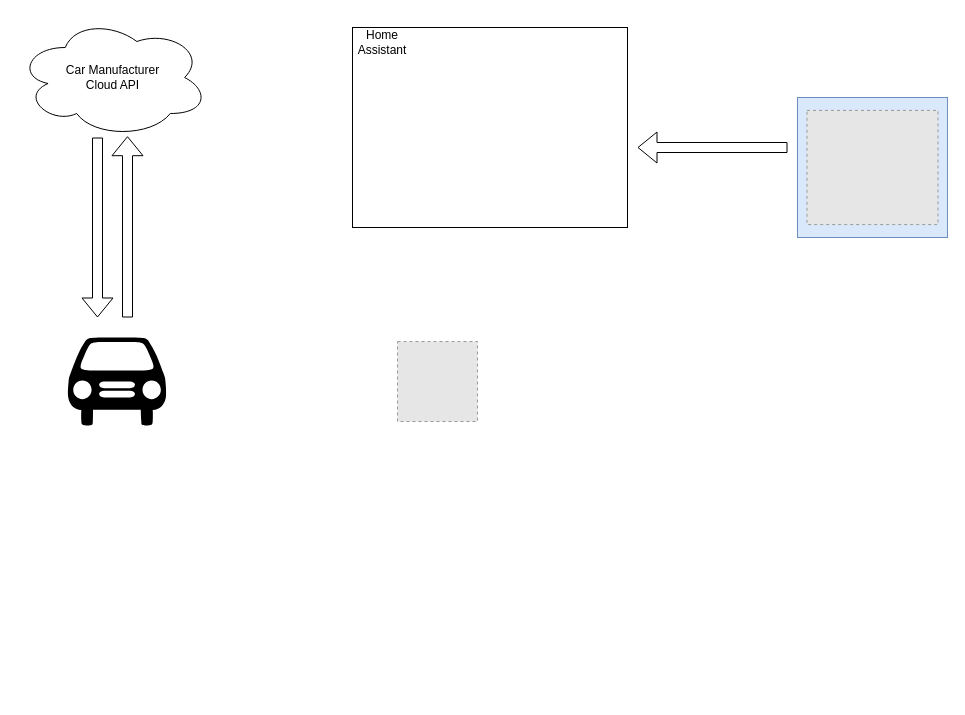
The draw.io diagram dataflows/Untitled Diagram.drawio in thomase1234/fake-xemex-csmb, before the edit. Source tidied: cells renumbered, new cells numbered last; positions are measured from the earlier drawing's top-left corner, leaving out a move shared by most shapes. Both pictures are drawn from the tidied source at 100%, with x=0, y=0 at pixel (17, 17). Pictures stored in the file or linked from it are replaced by grey dashed boxes.
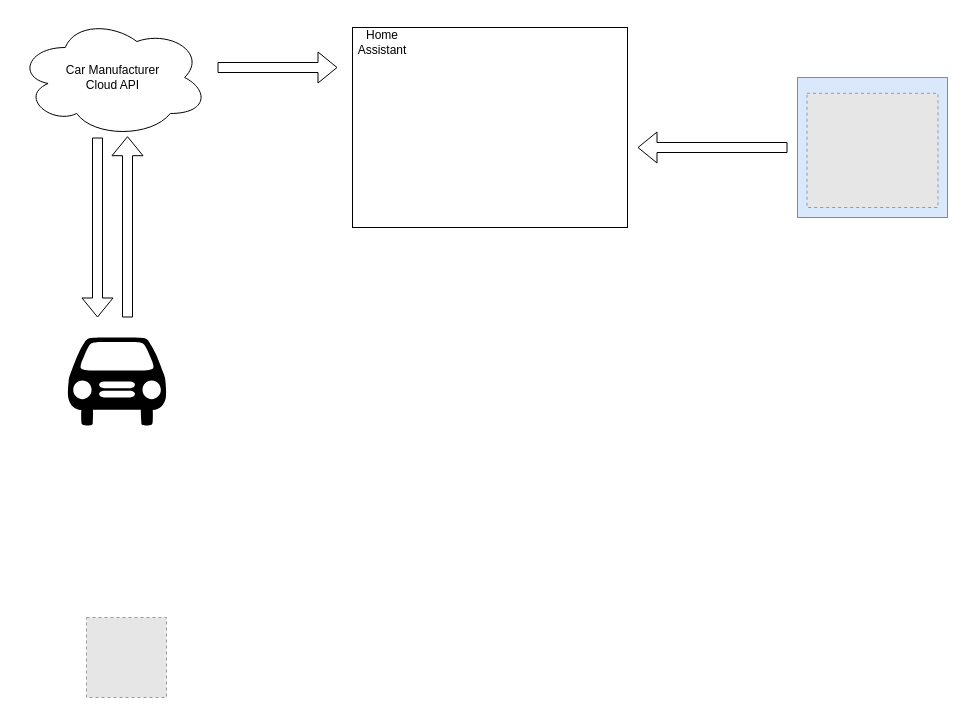
Above is the later version.

Change to the diagram source:
```diff
@@
 <mxGraphModel>
   <root>
     <mxCell id="0" />
     <mxCell id="1" parent="0" />
-    <mxCell id="2" style="rounded=0;whiteSpace=wrap;html=1;fillColor=#dae8fc;strokeColor=#6c8ebf;" parent="1" vertex="1">
-      <mxGeometry x="780" y="80" width="150" height="140" as="geometry" />
-    </mxCell>
     <mxCell id="3" style="shape=mxgraph.signs.transportation.car_1;html=1;fillColor=#000000;strokeColor=none;verticalLabelPosition=bottom;verticalAlign=top;align=center;" parent="1" vertex="1">
       <mxGeometry x="50" y="320" width="99" height="88" as="geometry" />
     </mxCell>
     <mxCell id="4" value="&lt;div&gt;Car Manufacturer&lt;/div&gt;&lt;div&gt;Cloud API&lt;/div&gt;" style="ellipse;shape=cloud;whiteSpace=wrap;html=1;" parent="1" vertex="1">
       <mxGeometry width="191" height="120" as="geometry" />
     </mxCell>
     <mxCell id="5" style="shape=flexArrow;endArrow=classic;html=1;rounded=0;" parent="1" edge="1">
       <mxGeometry relative="1" as="geometry">
         <mxPoint x="110" y="300" as="sourcePoint" />
         <mxPoint x="110" y="118.7" as="targetPoint" />
       </mxGeometry>
     </mxCell>
     <mxCell id="6" style="shape=flexArrow;endArrow=classic;html=1;rounded=0;" parent="1" edge="1">
       <mxGeometry relative="1" as="geometry">
         <mxPoint x="80" y="120" as="sourcePoint" />
         <mxPoint x="80" y="300" as="targetPoint" />
       </mxGeometry>
     </mxCell>
     <mxCell id="7" style="fillColor=#E6E6E6;strokeColor=#999999;dashed=1;html=1;verticalAlign=top;verticalLabelPosition=bottom;labelBackgroundColor=#ffffff;" parent="1" vertex="1">
-      <mxGeometry x="380" y="324" width="80" height="80" as="geometry" />
+      <mxGeometry x="69" y="600" width="80" height="80" as="geometry" />
     </mxCell>
     <mxCell id="8" style="rounded=0;whiteSpace=wrap;html=1;" parent="1" vertex="1">
       <mxGeometry x="335" y="10" width="275" height="200" as="geometry" />
     </mxCell>
     <mxCell id="9" value="Home Assistant" style="text;html=1;align=center;verticalAlign=middle;whiteSpace=wrap;rounded=0;" parent="1" vertex="1">
       <mxGeometry x="335" y="10" width="60" height="30" as="geometry" />
     </mxCell>
+    <mxCell id="11" style="shape=flexArrow;endArrow=classic;html=1;rounded=0;" parent="1" edge="1">
+      <mxGeometry relative="1" as="geometry">
+        <mxPoint x="770" y="130" as="sourcePoint" />
+        <mxPoint x="620" y="130" as="targetPoint" />
+      </mxGeometry>
+    </mxCell>
+    <mxCell id="12" style="group;" parent="1" vertex="1">
+      <mxGeometry x="780" y="60" width="150" height="140" as="geometry" />
+    </mxCell>
+    <mxCell id="2" style="rounded=0;whiteSpace=wrap;html=1;fillColor=#dae8fc;strokeColor=#6c8ebf;" parent="12" vertex="1">
+      <mxGeometry width="150" height="140" as="geometry" />
+    </mxCell>
-    <mxCell id="10" style="fillColor=#E6E6E6;strokeColor=#999999;dashed=1;verticalLabelPosition=bottom;labelBackgroundColor=default;verticalAlign=top;" parent="1" vertex="1">
-      <mxGeometry x="789.5" y="92.9" width="131" height="114.2" as="geometry" />
+    <mxCell id="10" style="fillColor=#E6E6E6;strokeColor=#999999;dashed=1;verticalLabelPosition=bottom;labelBackgroundColor=default;verticalAlign=top;" parent="12" vertex="1">
+      <mxGeometry x="9.5" y="15.8" width="131" height="114.2" as="geometry" />
     </mxCell>
-    <mxCell id="11" style="shape=flexArrow;endArrow=classic;html=1;rounded=0;" parent="1" edge="1">
-      <mxGeometry relative="1" as="geometry">
-        <mxPoint x="770" y="130" as="sourcePoint" />
-        <mxPoint x="620" y="130" as="targetPoint" />
-      </mxGeometry>
-    </mxCell>
+    <mxCell id="13" style="shape=flexArrow;endArrow=classic;html=1;rounded=0;" parent="1" edge="1">
+      <mxGeometry relative="1" as="geometry">
+        <mxPoint x="200" y="50" as="sourcePoint" />
+        <mxPoint x="320" y="50" as="targetPoint" />
+      </mxGeometry>
+    </mxCell>
   </root>
 </mxGraphModel>
```
